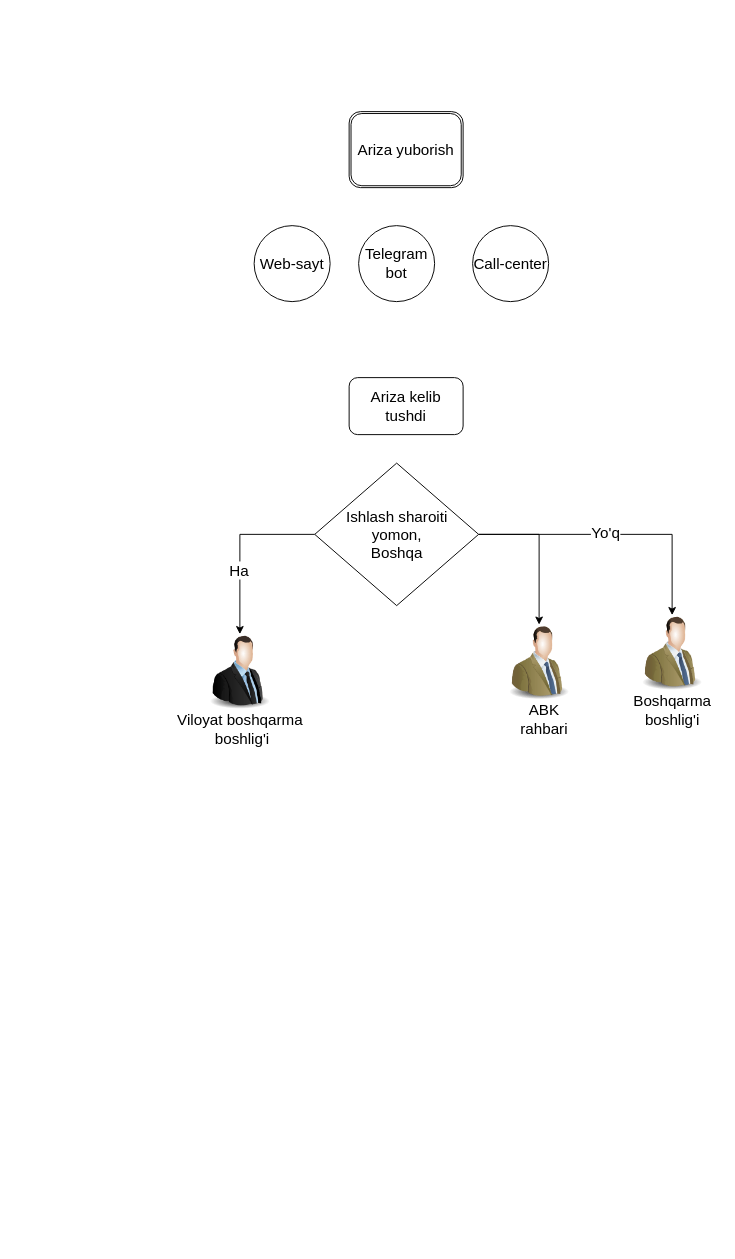
Earlier version of the draw.io diagram diagrams/Untitled Diagram.drawio (Zarinabonu/D-mi). Source tidied: cells renumbered, new cells numbered last; positions are measured from the earlier drawing's top-left corner, leaving out a move shared by most shapes. Both pictures are drawn from the tidied source at 95%, with x=0, y=0 at pixel (168, 111).
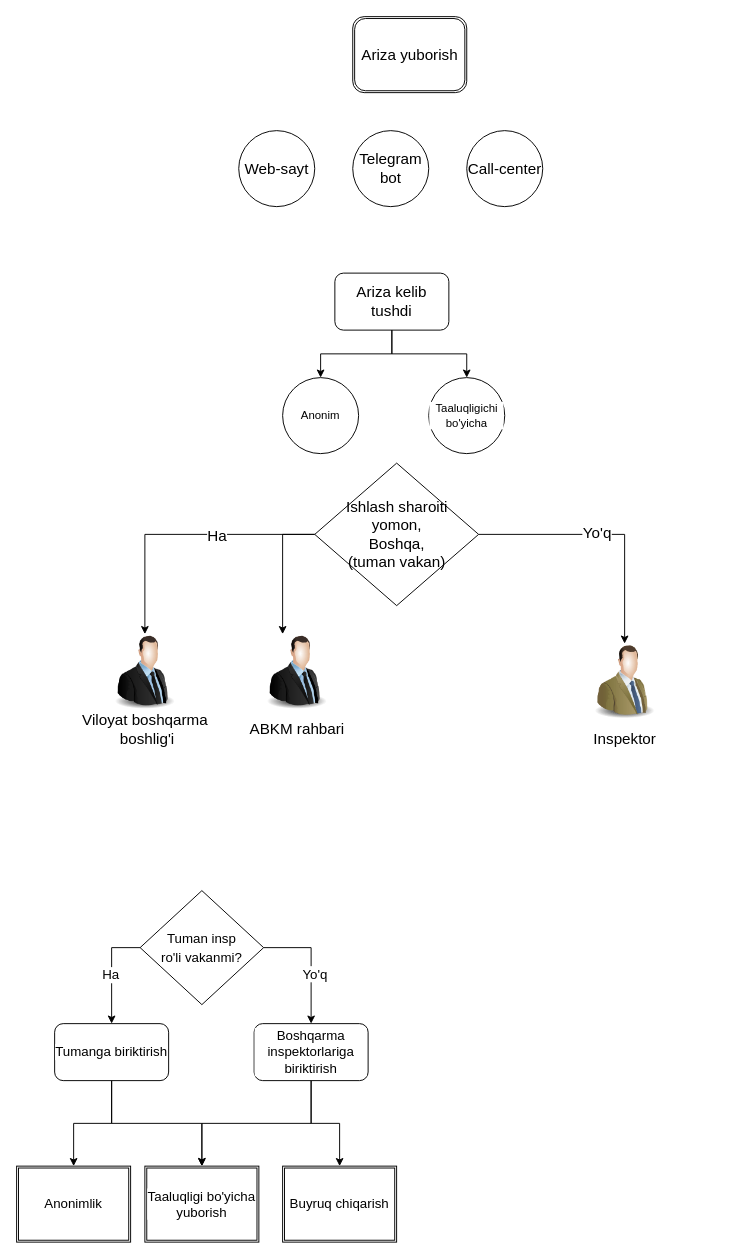
The same page after the edit.

Unchanged cells that the change refers to:
```xml
<mxCell id="10" style="edgeStyle=orthogonalEdgeStyle;rounded=0;jettySize=auto;html=1;fontSize=16;fontColor=default;strokeColor=default;labelBackgroundColor=default;" parent="1" edge="1" source="12" target="20">
  <mxGeometry relative="1" as="geometry" />
</mxCell>
<mxCell id="14" style="image;html=1;image=img/lib/clip_art/people/Suit_Man_Green_128x128.png;labelBackgroundColor=default;fontSize=16;fontColor=default;strokeColor=default;fillColor=default;" parent="13" vertex="1">
  <mxGeometry x="10" width="80" height="80" as="geometry" />
</mxCell>
```

Change to the diagram source:
```diff
@@
     <mxCell id="2" value="&lt;font style=&quot;font-size: 16px&quot;&gt;Ariza yuborish&lt;/font&gt;" style="shape=ext;double=1;rounded=1;whiteSpace=wrap;html=1;fillColor=default;strokeColor=default;fontColor=default;" parent="1" vertex="1">
-      <mxGeometry x="190" width="120" height="80" as="geometry" />
+      <mxGeometry x="193.8" y="-100" width="120" height="80" as="geometry" />
     </mxCell>
     <mxCell id="3" value="Call-center" style="ellipse;whiteSpace=wrap;html=1;fontSize=16;fontColor=default;strokeColor=default;fillColor=default;" parent="1" vertex="1">
-      <mxGeometry x="320" y="120" width="80" height="80" as="geometry" />
+      <mxGeometry x="313.8" y="20" width="80" height="80" as="geometry" />
     </mxCell>
     <mxCell id="4" value="Telegram bot" style="ellipse;whiteSpace=wrap;html=1;fontSize=16;fontColor=default;strokeColor=default;fillColor=default;" parent="1" vertex="1">
-      <mxGeometry x="200" y="120" width="80" height="80" as="geometry" />
+      <mxGeometry x="193.8" y="20" width="80" height="80" as="geometry" />
     </mxCell>
     <mxCell id="5" value="Web-sayt" style="ellipse;whiteSpace=wrap;html=1;fontSize=16;fontColor=default;strokeColor=default;fillColor=default;" parent="1" vertex="1">
-      <mxGeometry x="90" y="120" width="80" height="80" as="geometry" />
+      <mxGeometry x="73.8" y="20" width="80" height="80" as="geometry" />
     </mxCell>
+    <mxCell id="22" style="edgeStyle=orthogonalEdgeStyle;rounded=0;jettySize=auto;html=1;entryX=0.5;entryY=0;entryDx=0;entryDy=0;labelBackgroundColor=default;fontSize=12;fontColor=default;strokeColor=default;" parent="1" edge="1" source="6" target="36">
+      <mxGeometry relative="1" as="geometry" />
+    </mxCell>
+    <mxCell id="23" style="edgeStyle=orthogonalEdgeStyle;rounded=0;jettySize=auto;html=1;entryX=0.5;entryY=0;entryDx=0;entryDy=0;labelBackgroundColor=default;fontSize=12;fontColor=default;strokeColor=default;" parent="1" edge="1" source="6" target="37">
+      <mxGeometry relative="1" as="geometry" />
+    </mxCell>
     <mxCell id="6" value="Ariza kelib tushdi" style="rounded=1;whiteSpace=wrap;html=1;fontSize=16;fontColor=default;strokeColor=default;fillColor=default;" parent="1" vertex="1">
-      <mxGeometry x="190" y="280" width="120" height="60" as="geometry" />
+      <mxGeometry x="175" y="170" width="120" height="60" as="geometry" />
     </mxCell>
-    <mxCell id="7" style="edgeStyle=orthogonalEdgeStyle;rounded=0;jettySize=auto;html=1;fontSize=16;fontColor=default;" parent="1" edge="1" source="12" target="17">
-      <mxGeometry relative="1" as="geometry" />
-    </mxCell>
     <mxCell id="8" style="edgeStyle=orthogonalEdgeStyle;rounded=0;jettySize=auto;html=1;entryX=0.5;entryY=0;entryDx=0;entryDy=0;fontSize=16;fontColor=default;strokeColor=default;labelBackgroundColor=default;" parent="1" edge="1" source="12" target="14">
-      <mxGeometry relative="1" as="geometry" />
+      <mxGeometry relative="1" as="geometry">
+        <Array as="points">
+          <mxPoint x="480" y="445" />
+        </Array>
+      </mxGeometry>
     </mxCell>
@@
-    <mxCell id="11" value="Ha" style="edgeLabel;html=1;align=center;verticalAlign=middle;fontSize=16;fontColor=default;" parent="10" vertex="1">
-      <mxGeometry x="0.26" y="-2" relative="1" as="geometry" />
+    <mxCell id="11" value="Ha" style="edgeLabel;html=1;align=center;verticalAlign=middle;fontSize=16;fontColor=default;labelBackgroundColor=default;" parent="10" vertex="1">
+      <mxGeometry x="0.26" y="-2" relative="1" as="geometry">
+        <mxPoint x="77" as="offset" />
+      </mxGeometry>
     </mxCell>
+    <mxCell id="24" style="edgeStyle=orthogonalEdgeStyle;rounded=0;jettySize=auto;html=1;labelBackgroundColor=default;fontSize=14;fontColor=default;strokeColor=default;" parent="1" edge="1" source="12" target="40">
+      <mxGeometry relative="1" as="geometry">
+        <Array as="points">
+          <mxPoint x="120" y="445" />
+        </Array>
+      </mxGeometry>
+    </mxCell>
-    <mxCell id="12" value="Ishlash sharoiti&lt;br&gt;yomon,&lt;br&gt;Boshqa" style="rhombus;whiteSpace=wrap;html=1;fontSize=16;fontColor=default;strokeColor=default;fillColor=default;" parent="1" vertex="1">
+    <mxCell id="12" value="Ishlash sharoiti&lt;br&gt;yomon,&lt;br&gt;Boshqa,&lt;br&gt;(tuman vakan)" style="rhombus;whiteSpace=wrap;html=1;fontSize=16;fontColor=default;strokeColor=default;fillColor=default;" parent="1" vertex="1">
       <mxGeometry x="153.8" y="370" width="172.5" height="150" as="geometry" />
     </mxCell>
     <mxCell id="13" style="group;fontColor=default;" parent="1" vertex="1">
-      <mxGeometry x="480" y="530" width="100" height="120" as="geometry" />
+      <mxGeometry x="430" y="560" width="100" height="120" as="geometry" />
     </mxCell>
@@
-    <mxCell id="15" value="Boshqarma &lt;br&gt;boshlig'i" style="text;html=1;align=center;verticalAlign=middle;strokeColor=none;fillColor=none;fontSize=16;fontColor=default;labelBackgroundColor=default;" parent="13" vertex="1">
-      <mxGeometry y="80" width="100" height="40" as="geometry" />
+    <mxCell id="15" value="Inspektor" style="text;html=1;align=center;verticalAlign=middle;strokeColor=none;fillColor=none;fontSize=16;fontColor=default;labelBackgroundColor=default;" parent="13" vertex="1">
+      <mxGeometry x="10" y="90" width="80" height="20" as="geometry" />
     </mxCell>
-    <mxCell id="16" style="group;fontColor=default;" parent="1" vertex="1">
-      <mxGeometry x="350" y="540" width="80" height="120" as="geometry" />
-    </mxCell>
-    <mxCell id="17" style="image;html=1;image=img/lib/clip_art/people/Suit_Man_Green_128x128.png;labelBackgroundColor=default;fontSize=16;fontColor=default;strokeColor=default;fillColor=default;" parent="16" vertex="1">
-      <mxGeometry width="80" height="80" as="geometry" />
-    </mxCell>
-    <mxCell id="18" value="ABK &lt;br&gt;rahbari" style="text;html=1;align=center;verticalAlign=middle;strokeColor=none;fillColor=none;fontSize=16;fontColor=default;labelBackgroundColor=default;" parent="16" vertex="1">
-      <mxGeometry x="10" y="80" width="70" height="40" as="geometry" />
-    </mxCell>
     <mxCell id="19" style="group;fontColor=default;" parent="1" vertex="1">
-      <mxGeometry y="550" width="150" height="120" as="geometry" />
+      <mxGeometry x="-100" y="550" width="150" height="120" as="geometry" />
     </mxCell>
@@
+    <mxCell id="25" style="edgeStyle=orthogonalEdgeStyle;rounded=0;jettySize=auto;html=1;entryX=0.5;entryY=0;entryDx=0;entryDy=0;labelBackgroundColor=default;fontSize=14;fontColor=default;strokeColor=default;" parent="1" edge="1" source="29" target="35">
+      <mxGeometry relative="1" as="geometry">
+        <Array as="points">
+          <mxPoint x="-60" y="880" />
+        </Array>
+      </mxGeometry>
+    </mxCell>
+    <mxCell id="26" value="Ha&amp;nbsp;" style="edgeLabel;html=1;align=center;verticalAlign=middle;fontSize=14;fontColor=default;labelBackgroundColor=default;" parent="25" vertex="1">
+      <mxGeometry x="0.06" relative="1" as="geometry" />
+    </mxCell>
+    <mxCell id="27" style="edgeStyle=orthogonalEdgeStyle;rounded=0;jettySize=auto;html=1;entryX=0.5;entryY=0;entryDx=0;entryDy=0;labelBackgroundColor=default;fontSize=14;fontColor=default;strokeColor=default;" parent="1" edge="1" source="29" target="32">
+      <mxGeometry relative="1" as="geometry">
+        <Array as="points">
+          <mxPoint x="150" y="880" />
+        </Array>
+      </mxGeometry>
+    </mxCell>
+    <mxCell id="28" value="Yo'q" style="edgeLabel;html=1;align=center;verticalAlign=middle;fontSize=14;fontColor=default;labelBackgroundColor=default;" parent="27" vertex="1">
+      <mxGeometry x="0.19" y="3" relative="1" as="geometry" />
+    </mxCell>
+    <mxCell id="29" value="&lt;font style=&quot;font-size: 14px&quot;&gt;Tuman insp&lt;br&gt;ro'li vakanmi?&lt;/font&gt;" style="rhombus;whiteSpace=wrap;html=1;labelBackgroundColor=default;fontSize=16;fontColor=default;strokeColor=default;fillColor=default;" parent="1" vertex="1">
+      <mxGeometry x="-30" y="820" width="130" height="120" as="geometry" />
+    </mxCell>
+    <mxCell id="30" style="edgeStyle=orthogonalEdgeStyle;rounded=0;jettySize=auto;html=1;entryX=0.5;entryY=0;entryDx=0;entryDy=0;labelBackgroundColor=default;fontSize=14;fontColor=default;strokeColor=default;" parent="1" edge="1" source="32" target="38">
+      <mxGeometry relative="1" as="geometry" />
+    </mxCell>
+    <mxCell id="31" style="edgeStyle=orthogonalEdgeStyle;rounded=0;jettySize=auto;html=1;entryX=0.5;entryY=0;entryDx=0;entryDy=0;labelBackgroundColor=default;fontSize=14;fontColor=default;strokeColor=default;" parent="1" edge="1" source="32" target="42">
+      <mxGeometry relative="1" as="geometry" />
+    </mxCell>
+    <mxCell id="32" value="&lt;span&gt;Boshqarma inspektorlariga biriktirish&lt;/span&gt;" style="rounded=1;whiteSpace=wrap;html=1;labelBackgroundColor=default;fontSize=14;fontColor=default;strokeColor=default;fillColor=default;" parent="1" vertex="1">
+      <mxGeometry x="90" y="960" width="120" height="60" as="geometry" />
+    </mxCell>
+    <mxCell id="33" style="edgeStyle=orthogonalEdgeStyle;rounded=0;jettySize=auto;html=1;entryX=0.5;entryY=0;entryDx=0;entryDy=0;labelBackgroundColor=default;fontSize=14;fontColor=default;strokeColor=default;" parent="1" edge="1" source="35" target="38">
+      <mxGeometry relative="1" as="geometry" />
+    </mxCell>
+    <mxCell id="34" style="edgeStyle=orthogonalEdgeStyle;rounded=0;jettySize=auto;html=1;entryX=0.5;entryY=0;entryDx=0;entryDy=0;labelBackgroundColor=default;fontSize=14;fontColor=default;strokeColor=default;" parent="1" edge="1" source="35" target="43">
+      <mxGeometry relative="1" as="geometry" />
+    </mxCell>
+    <mxCell id="35" value="Tumanga biriktirish" style="rounded=1;whiteSpace=wrap;html=1;labelBackgroundColor=default;fontSize=14;fontColor=default;strokeColor=default;fillColor=default;" parent="1" vertex="1">
+      <mxGeometry x="-120" y="960" width="120" height="60" as="geometry" />
+    </mxCell>
+    <mxCell id="36" value="Anonim" style="ellipse;whiteSpace=wrap;html=1;labelBackgroundColor=default;fontSize=12;fontColor=default;strokeColor=default;fillColor=default;" parent="1" vertex="1">
+      <mxGeometry x="120" y="280" width="80" height="80" as="geometry" />
+    </mxCell>
+    <mxCell id="37" value="Taaluqligichi bo'yicha" style="ellipse;whiteSpace=wrap;html=1;labelBackgroundColor=default;fontSize=12;fontColor=default;strokeColor=default;fillColor=default;" parent="1" vertex="1">
+      <mxGeometry x="273.8" y="280" width="80" height="80" as="geometry" />
+    </mxCell>
+    <mxCell id="38" value="&lt;font style=&quot;font-size: 14px&quot;&gt;Taaluqligi bo'yicha yuborish&lt;/font&gt;" style="shape=ext;double=1;rounded=0;whiteSpace=wrap;html=1;labelBackgroundColor=default;fontSize=12;fontColor=default;strokeColor=default;fillColor=default;" parent="1" vertex="1">
+      <mxGeometry x="-25" y="1110" width="120" height="80" as="geometry" />
+    </mxCell>
+    <mxCell id="39" style="group;fontColor=default;" parent="1" vertex="1">
+      <mxGeometry x="60" y="550" width="150" height="120" as="geometry" />
+    </mxCell>
+    <mxCell id="40" style="image;html=1;image=img/lib/clip_art/people/Suit_Man_128x128.png;fontSize=16;fontColor=default;strokeColor=default;fillColor=default;labelBackgroundColor=default;" parent="39" vertex="1">
+      <mxGeometry x="35" width="80" height="80" as="geometry" />
+    </mxCell>
+    <mxCell id="41" value="ABKM rahbari" style="text;html=1;align=center;verticalAlign=middle;strokeColor=none;fillColor=none;fontSize=16;fontColor=default;labelBackgroundColor=default;" parent="39" vertex="1">
+      <mxGeometry x="15" y="90" width="120" height="20" as="geometry" />
+    </mxCell>
+    <mxCell id="42" value="&lt;font style=&quot;font-size: 14px&quot;&gt;Buyruq chiqarish&lt;/font&gt;" style="shape=ext;double=1;rounded=0;whiteSpace=wrap;html=1;labelBackgroundColor=default;fontSize=12;fontColor=default;strokeColor=default;fillColor=default;" parent="1" vertex="1">
+      <mxGeometry x="120" y="1110" width="120" height="80" as="geometry" />
+    </mxCell>
+    <mxCell id="43" value="&lt;font style=&quot;font-size: 14px&quot;&gt;Anonimlik&lt;/font&gt;" style="shape=ext;double=1;rounded=0;whiteSpace=wrap;html=1;labelBackgroundColor=default;fontSize=12;fontColor=default;strokeColor=default;fillColor=default;" parent="1" vertex="1">
+      <mxGeometry x="-160" y="1110" width="120" height="80" as="geometry" />
+    </mxCell>
```
